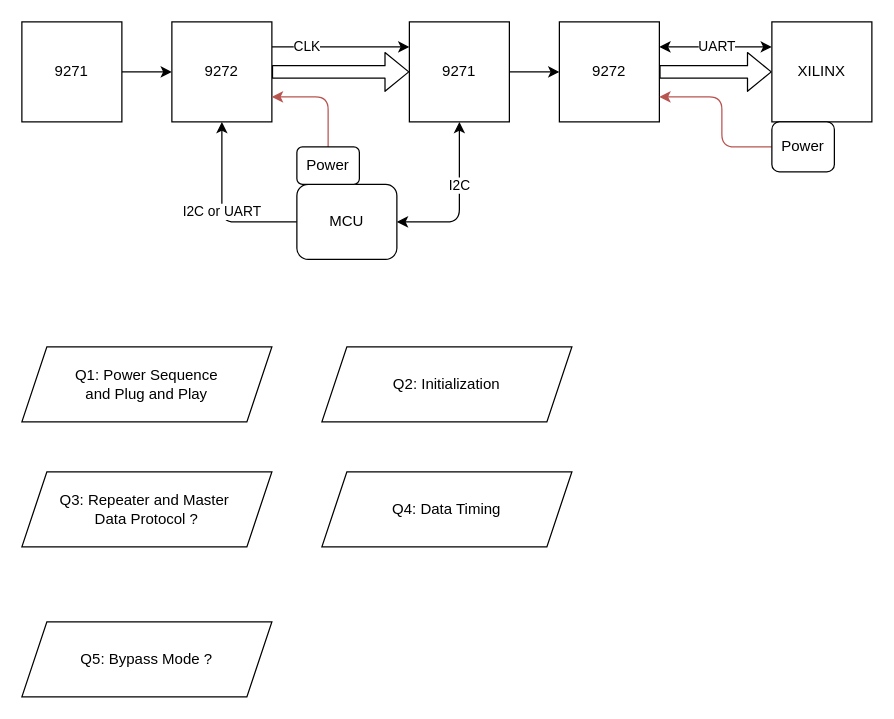
This is docs/diagrams/2025/gmsl_repeater.dio from tzechienchu/mynotes, a draw.io file, before an edit. Source tidied: cells renumbered, new cells numbered last; positions are measured from the earlier drawing's top-left corner, leaving out a move shared by most shapes. Both pictures are drawn from the tidied source at 125%, with x=0, y=0 at pixel (21, 21).
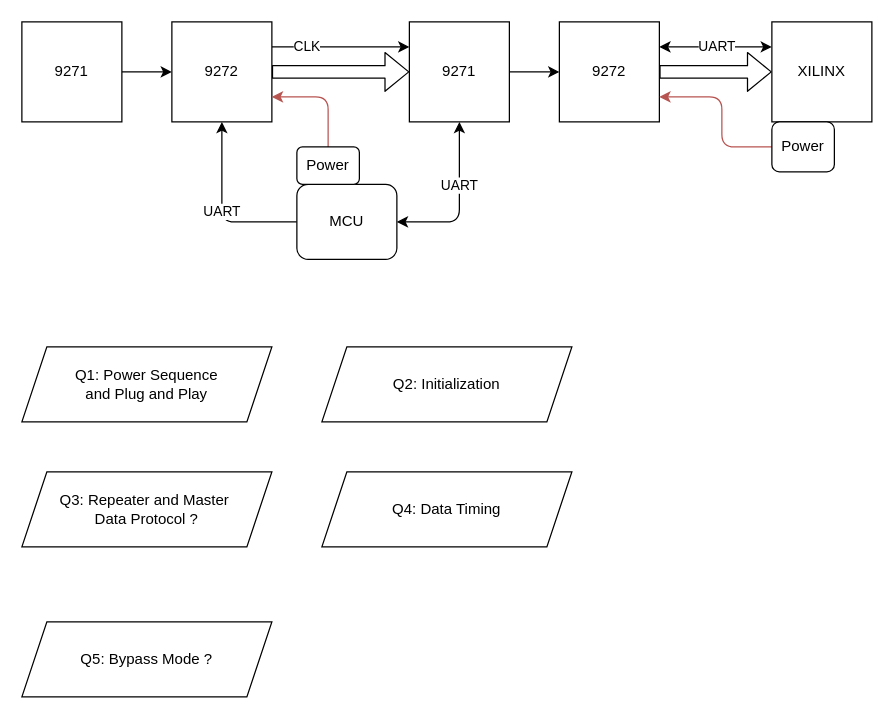
The same diagram, later.

Unchanged cells that the change refers to:
```xml
<mxCell id="8" style="edgeStyle=none;html=1;exitX=0;exitY=0.5;exitDx=0;exitDy=0;entryX=0.5;entryY=1;entryDx=0;entryDy=0;" parent="1" edge="1" source="10" target="7">
  <mxGeometry relative="1" as="geometry">
    <Array as="points">
      <mxPoint x="160" y="160" />
    </Array>
  </mxGeometry>
</mxCell>
<mxCell id="12" style="edgeStyle=none;html=1;exitX=0.5;exitY=1;exitDx=0;exitDy=0;entryX=1;entryY=0.5;entryDx=0;entryDy=0;startArrow=classic;startFill=1;" parent="1" edge="1" source="14" target="10">
  <mxGeometry relative="1" as="geometry">
    <Array as="points">
      <mxPoint x="350" y="160" />
    </Array>
  </mxGeometry>
</mxCell>
```

Change to the diagram source:
```diff
@@
-    <mxCell id="9" value="I2C or UART" style="edgeLabel;html=1;align=center;verticalAlign=middle;" parent="8" vertex="1">
+    <mxCell id="9" value="UART" style="edgeLabel;html=1;align=center;verticalAlign=middle;" parent="8" vertex="1">
       <mxGeometry x="-0.02" y="1" relative="1" as="geometry" />
     </mxCell>
@@
-    <mxCell id="13" value="I2C" style="edgeLabel;html=1;align=center;verticalAlign=middle;" parent="12" vertex="1">
+    <mxCell id="13" value="UART" style="edgeLabel;html=1;align=center;verticalAlign=middle;" parent="12" vertex="1">
       <mxGeometry x="-0.23" y="-1" relative="1" as="geometry" />
     </mxCell>
```
